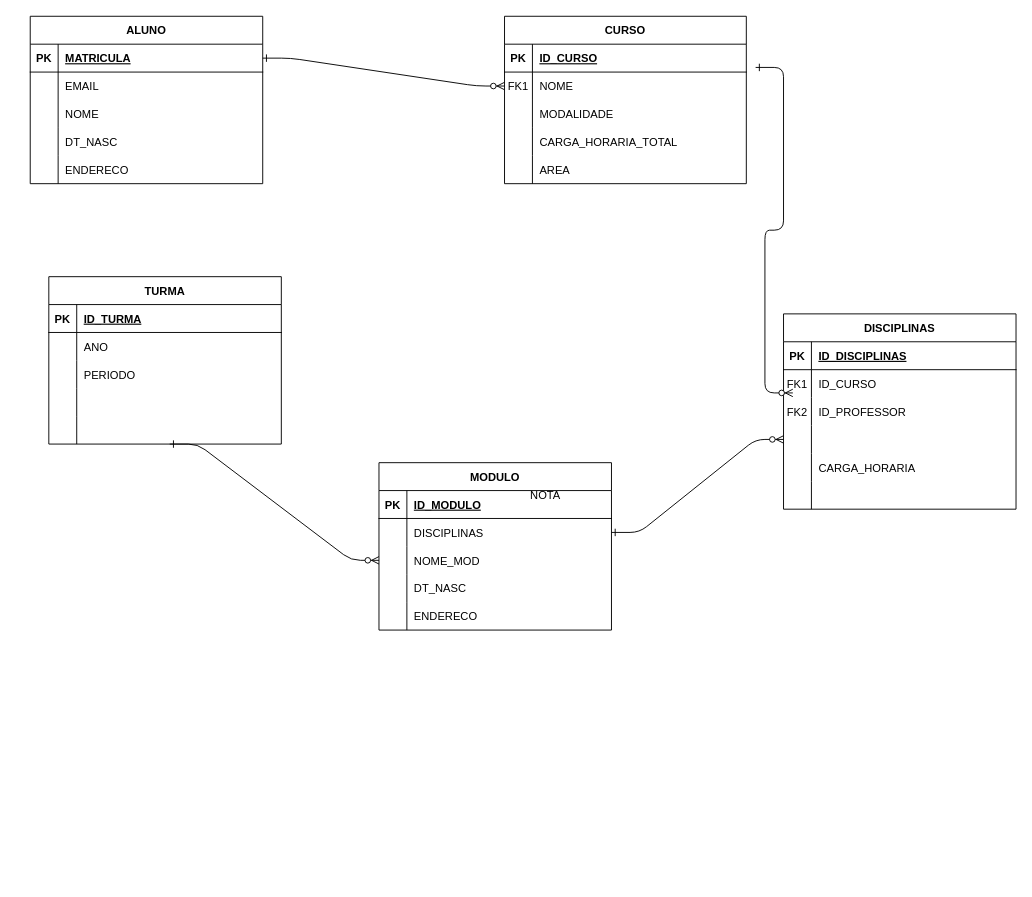
Before: Diagrama sem nome.drawio in adrianopspadilha/BDR-W, a draw.io diagram. Source tidied: cells renumbered, new cells numbered last; positions are measured from the earlier drawing's top-left corner, leaving out a move shared by most shapes. Both pictures are drawn from the tidied source at 93%, with x=0, y=0 at pixel (30, 16).
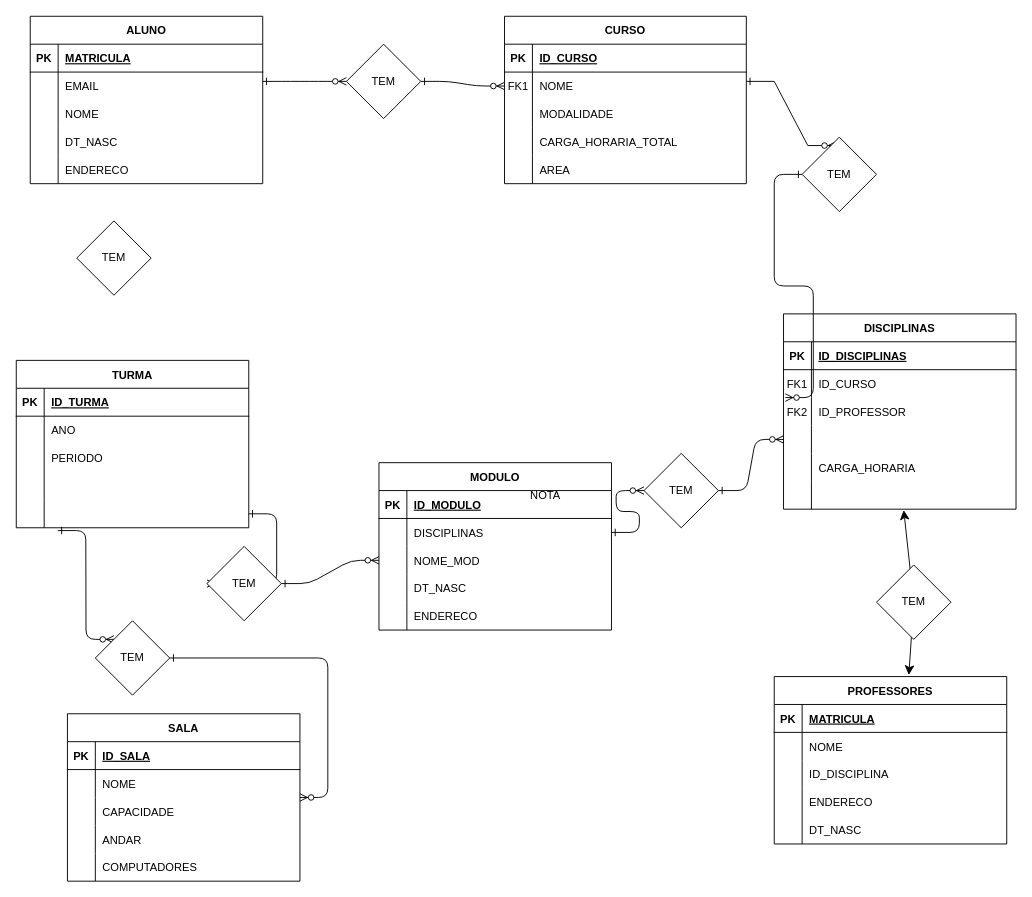
After the change.

Unchanged cells that the change refers to:
```xml
<mxCell id="8" style="shape=partialRectangle;fillColor=none;points=[[0,0.5],[1,0.5]];portConstraint=eastwest;top=0;left=0;right=0;bottom=0;" parent="4" vertex="1">
  <mxGeometry y="60" width="260" height="30" as="geometry" />
</mxCell>
<mxCell id="27" style="shape=partialRectangle;fillColor=none;points=[[0,0.5],[1,0.5]];portConstraint=eastwest;top=0;left=0;right=0;bottom=0;" parent="20" vertex="1">
  <mxGeometry y="90" width="250" height="30" as="geometry" />
</mxCell>
<mxCell id="30" style="shape=partialRectangle;fillColor=none;points=[[0,0.5],[1,0.5]];portConstraint=eastwest;top=0;left=0;right=0;bottom=0;" parent="20" vertex="1">
  <mxGeometry y="120" width="250" height="30" as="geometry" />
</mxCell>
<mxCell id="36" style="shape=partialRectangle;fillColor=none;points=[[0,0.5],[1,0.5]];portConstraint=eastwest;top=0;left=0;right=0;bottom=0;" parent="20" vertex="1">
  <mxGeometry y="180" width="250" height="30" as="geometry" />
</mxCell>
<mxCell id="40" style="shape=partialRectangle;fillColor=none;points=[[0,0.5],[1,0.5]];portConstraint=eastwest;top=0;left=0;right=0;bottom=1;" parent="39" vertex="1">
  <mxGeometry y="30" width="250" height="30" as="geometry" />
</mxCell>
<mxCell id="59" style="shape=partialRectangle;fillColor=none;points=[[0,0.5],[1,0.5]];portConstraint=eastwest;top=0;left=0;right=0;bottom=0;" parent="55" vertex="1">
  <mxGeometry y="60" width="250" height="30" as="geometry" />
</mxCell>
<mxCell id="62" style="shape=partialRectangle;fillColor=none;points=[[0,0.5],[1,0.5]];portConstraint=eastwest;top=0;left=0;right=0;bottom=0;" parent="55" vertex="1">
  <mxGeometry y="90" width="250" height="30" as="geometry" />
</mxCell>
<mxCell id="85" style="shape=partialRectangle;fillColor=none;points=[[0,0.5],[1,0.5]];portConstraint=eastwest;top=0;left=0;right=0;bottom=0;" parent="72" vertex="1">
  <mxGeometry y="150" width="250" height="30" as="geometry" />
</mxCell>
```

Diff of the diagram source:
```diff
@@
-    <mxCell id="2" style="edgeStyle=entityRelationEdgeStyle;endArrow=ERzeroToMany;startArrow=ERone;endFill=1;startFill=0;" parent="1" edge="1" source="40" target="8">
-      <mxGeometry relative="1" as="geometry" />
+    <mxCell id="2" style="edgeStyle=entityRelationEdgeStyle;endArrow=ERzeroToMany;startArrow=ERone;endFill=1;startFill=0;exitX=1;exitY=0.5;exitDx=0;exitDy=0;entryX=0;entryY=0.5;entryDx=0;entryDy=0;" parent="1" edge="1" source="135" target="8">
+      <mxGeometry relative="1" as="geometry">
+        <Array as="points">
+          <mxPoint x="360" y="80" />
+        </Array>
+      </mxGeometry>
     </mxCell>
-    <mxCell id="3" style="edgeStyle=entityRelationEdgeStyle;endArrow=ERzeroToMany;startArrow=ERone;endFill=1;startFill=0;entryX=0;entryY=0.5;entryDx=0;entryDy=0;" parent="1" edge="1" target="62">
-      <mxGeometry relative="1" as="geometry">
-        <mxPoint x="150" y="460" as="sourcePoint" />
-      </mxGeometry>
+    <mxCell id="3" style="edgeStyle=entityRelationEdgeStyle;endArrow=ERzeroToMany;startArrow=ERone;endFill=1;startFill=0;entryX=0;entryY=0.5;entryDx=0;entryDy=0;" parent="1" edge="1" source="125" target="62">
+      <mxGeometry relative="1" as="geometry" />
     </mxCell>
@@
     <mxCell id="72" value="TURMA" style="shape=table;startSize=30;childLayout=tableLayout;rowLines=0;fontStyle=1;align=center;" parent="1" vertex="1">
-      <mxGeometry x="20" y="280" width="250" height="180" as="geometry" />
+      <mxGeometry x="-15" y="370" width="250" height="180" as="geometry" />
     </mxCell>
@@
-    <mxCell id="88" style="edgeStyle=entityRelationEdgeStyle;endArrow=ERzeroToMany;startArrow=ERone;endFill=1;startFill=0;exitX=1;exitY=0.5;exitDx=0;exitDy=0;entryX=0;entryY=0.5;entryDx=0;entryDy=0;" parent="1" edge="1" source="59" target="30">
+    <mxCell id="88" style="edgeStyle=entityRelationEdgeStyle;endArrow=ERzeroToMany;startArrow=ERone;endFill=1;startFill=0;exitX=1;exitY=0.5;exitDx=0;exitDy=0;entryX=0;entryY=0.5;entryDx=0;entryDy=0;" parent="1" edge="1" source="127" target="30">
       <mxGeometry relative="1" as="geometry">
         <Array as="points">
           <mxPoint x="730" y="320" />
         </Array>
       </mxGeometry>
     </mxCell>
-    <mxCell id="89" style="edgeStyle=entityRelationEdgeStyle;endArrow=ERzeroToMany;startArrow=ERone;endFill=1;startFill=0;" parent="1" edge="1">
+    <mxCell id="89" style="edgeStyle=entityRelationEdgeStyle;endArrow=ERzeroToMany;startArrow=ERone;endFill=1;startFill=0;entryX=0.008;entryY=0;entryDx=0;entryDy=0;entryPerimeter=0;" parent="1" edge="1" source="123" target="27">
       <mxGeometry relative="1" as="geometry">
-        <mxPoint x="780" y="55" as="sourcePoint" />
-        <mxPoint x="820" y="405" as="targetPoint" />
         <Array as="points">
-          <mxPoint x="950" y="90" />
           <mxPoint x="760" y="230" />
           <mxPoint x="920" y="140" />
+          <mxPoint x="770" y="300" />
+          <mxPoint x="810" y="350" />
+          <mxPoint x="780" y="300" />
           <mxPoint x="860" y="140" />
+          <mxPoint x="800" y="350" />
+          <mxPoint x="740" y="410" />
         </Array>
       </mxGeometry>
     </mxCell>
+    <mxCell id="90" value="SALA" style="shape=table;startSize=30;childLayout=tableLayout;rowLines=0;fontStyle=1;align=center;" parent="1" vertex="1">
+      <mxGeometry x="40" y="750" width="250" height="180" as="geometry" />
+    </mxCell>
+    <mxCell id="91" style="shape=partialRectangle;fillColor=none;top=0;left=0;right=0;bottom=1;" parent="90" vertex="1">
+      <mxGeometry y="30" width="250" height="30" as="geometry" />
+    </mxCell>
+    <mxCell id="92" value="PK" style="shape=partialRectangle;overflow=hidden;fillColor=none;top=0;left=0;bottom=0;right=0;fontStyle=1;" parent="91" vertex="1">
+      <mxGeometry width="30" height="30" as="geometry" />
+    </mxCell>
+    <mxCell id="93" value="ID_SALA" style="shape=partialRectangle;overflow=hidden;fillColor=none;top=0;left=0;bottom=0;right=0;align=left;spacingLeft=6;fontStyle=5;" parent="91" vertex="1">
+      <mxGeometry x="30" width="220" height="30" as="geometry" />
+    </mxCell>
+    <mxCell id="94" style="shape=partialRectangle;fillColor=none;top=0;left=0;right=0;bottom=0;" parent="90" vertex="1">
+      <mxGeometry y="60" width="250" height="30" as="geometry" />
+    </mxCell>
+    <mxCell id="95" style="shape=partialRectangle;overflow=hidden;fillColor=none;top=0;left=0;bottom=0;right=0;" parent="94" vertex="1">
+      <mxGeometry width="30" height="30" as="geometry" />
+    </mxCell>
+    <mxCell id="96" value="NOME" style="shape=partialRectangle;overflow=hidden;fillColor=none;top=0;left=0;bottom=0;right=0;align=left;spacingLeft=6;" parent="94" vertex="1">
+      <mxGeometry x="30" width="220" height="30" as="geometry" />
+    </mxCell>
+    <mxCell id="97" style="shape=partialRectangle;fillColor=none;top=0;left=0;right=0;bottom=0;" parent="90" vertex="1">
+      <mxGeometry y="90" width="250" height="30" as="geometry" />
+    </mxCell>
+    <mxCell id="98" style="shape=partialRectangle;overflow=hidden;fillColor=none;top=0;left=0;bottom=0;right=0;" parent="97" vertex="1">
+      <mxGeometry width="30" height="30" as="geometry" />
+    </mxCell>
+    <mxCell id="99" value="CAPACIDADE" style="shape=partialRectangle;overflow=hidden;fillColor=none;top=0;left=0;bottom=0;right=0;align=left;spacingLeft=6;" parent="97" vertex="1">
+      <mxGeometry x="30" width="220" height="30" as="geometry" />
+    </mxCell>
+    <mxCell id="100" style="shape=partialRectangle;fillColor=none;top=0;left=0;right=0;bottom=0;" parent="90" vertex="1">
+      <mxGeometry y="120" width="250" height="30" as="geometry" />
+    </mxCell>
+    <mxCell id="101" style="shape=partialRectangle;overflow=hidden;fillColor=none;top=0;left=0;bottom=0;right=0;" parent="100" vertex="1">
+      <mxGeometry width="30" height="30" as="geometry" />
+    </mxCell>
+    <mxCell id="102" value="ANDAR" style="shape=partialRectangle;overflow=hidden;fillColor=none;top=0;left=0;bottom=0;right=0;align=left;spacingLeft=6;" parent="100" vertex="1">
+      <mxGeometry x="30" width="220" height="30" as="geometry" />
+    </mxCell>
+    <mxCell id="103" style="shape=partialRectangle;fillColor=none;top=0;left=0;right=0;bottom=0;" parent="90" vertex="1">
+      <mxGeometry y="150" width="250" height="30" as="geometry" />
+    </mxCell>
+    <mxCell id="104" style="shape=partialRectangle;overflow=hidden;fillColor=none;top=0;left=0;bottom=0;right=0;" parent="103" vertex="1">
+      <mxGeometry width="30" height="30" as="geometry" />
+    </mxCell>
+    <mxCell id="105" value="COMPUTADORES" style="shape=partialRectangle;overflow=hidden;fillColor=none;top=0;left=0;bottom=0;right=0;align=left;spacingLeft=6;" parent="103" vertex="1">
+      <mxGeometry x="30" width="220" height="30" as="geometry" />
+    </mxCell>
+    <mxCell id="106" value="PROFESSORES" style="shape=table;startSize=30;childLayout=tableLayout;rowLines=0;fontStyle=1;align=center;" parent="1" vertex="1">
+      <mxGeometry x="800" y="710" width="250" height="180" as="geometry" />
+    </mxCell>
+    <mxCell id="107" style="shape=partialRectangle;fillColor=none;top=0;left=0;right=0;bottom=1;" parent="106" vertex="1">
+      <mxGeometry y="30" width="250" height="30" as="geometry" />
+    </mxCell>
+    <mxCell id="108" value="PK" style="shape=partialRectangle;overflow=hidden;fillColor=none;top=0;left=0;bottom=0;right=0;fontStyle=1;" parent="107" vertex="1">
+      <mxGeometry width="30" height="30" as="geometry" />
+    </mxCell>
+    <mxCell id="109" value="MATRICULA" style="shape=partialRectangle;overflow=hidden;fillColor=none;top=0;left=0;bottom=0;right=0;align=left;spacingLeft=6;fontStyle=5;" parent="107" vertex="1">
+      <mxGeometry x="30" width="220" height="30" as="geometry" />
+    </mxCell>
+    <mxCell id="110" style="shape=partialRectangle;fillColor=none;top=0;left=0;right=0;bottom=0;" parent="106" vertex="1">
+      <mxGeometry y="60" width="250" height="30" as="geometry" />
+    </mxCell>
+    <mxCell id="111" style="shape=partialRectangle;overflow=hidden;fillColor=none;top=0;left=0;bottom=0;right=0;" parent="110" vertex="1">
+      <mxGeometry width="30" height="30" as="geometry" />
+    </mxCell>
+    <mxCell id="112" value="NOME" style="shape=partialRectangle;overflow=hidden;fillColor=none;top=0;left=0;bottom=0;right=0;align=left;spacingLeft=6;" parent="110" vertex="1">
+      <mxGeometry x="30" width="220" height="30" as="geometry" />
+    </mxCell>
+    <mxCell id="113" style="shape=partialRectangle;fillColor=none;top=0;left=0;right=0;bottom=0;" parent="106" vertex="1">
+      <mxGeometry y="90" width="250" height="30" as="geometry" />
+    </mxCell>
+    <mxCell id="114" style="shape=partialRectangle;overflow=hidden;fillColor=none;top=0;left=0;bottom=0;right=0;" parent="113" vertex="1">
+      <mxGeometry width="30" height="30" as="geometry" />
+    </mxCell>
+    <mxCell id="115" value="ID_DISCIPLINA" style="shape=partialRectangle;overflow=hidden;fillColor=none;top=0;left=0;bottom=0;right=0;align=left;spacingLeft=6;" parent="113" vertex="1">
+      <mxGeometry x="30" width="220" height="30" as="geometry" />
+    </mxCell>
+    <mxCell id="116" style="shape=partialRectangle;fillColor=none;top=0;left=0;right=0;bottom=0;" parent="106" vertex="1">
+      <mxGeometry y="120" width="250" height="30" as="geometry" />
+    </mxCell>
+    <mxCell id="117" style="shape=partialRectangle;overflow=hidden;fillColor=none;top=0;left=0;bottom=0;right=0;" parent="116" vertex="1">
+      <mxGeometry width="30" height="30" as="geometry" />
+    </mxCell>
+    <mxCell id="118" value="ENDERECO" style="shape=partialRectangle;overflow=hidden;fillColor=none;top=0;left=0;bottom=0;right=0;align=left;spacingLeft=6;" parent="116" vertex="1">
+      <mxGeometry x="30" width="220" height="30" as="geometry" />
+    </mxCell>
+    <mxCell id="119" style="shape=partialRectangle;fillColor=none;top=0;left=0;right=0;bottom=0;" parent="106" vertex="1">
+      <mxGeometry y="150" width="250" height="30" as="geometry" />
+    </mxCell>
+    <mxCell id="120" style="shape=partialRectangle;overflow=hidden;fillColor=none;top=0;left=0;bottom=0;right=0;" parent="119" vertex="1">
+      <mxGeometry width="30" height="30" as="geometry" />
+    </mxCell>
+    <mxCell id="121" value="DT_NASC" style="shape=partialRectangle;overflow=hidden;fillColor=none;top=0;left=0;bottom=0;right=0;align=left;spacingLeft=6;" parent="119" vertex="1">
+      <mxGeometry x="30" width="220" height="30" as="geometry" />
+    </mxCell>
+    <mxCell id="122" style="edgeStyle=entityRelationEdgeStyle;endArrow=ERzeroToMany;startArrow=ERone;endFill=1;startFill=0;exitX=1.015;exitY=0.033;exitDx=0;exitDy=0;exitPerimeter=0;entryX=0.5;entryY=0;entryDx=0;entryDy=0;rounded=0;" parent="1" edge="1">
+      <mxGeometry relative="1" as="geometry">
+        <mxPoint x="770" y="70" as="sourcePoint" />
+        <mxPoint x="866.1" y="139" as="targetPoint" />
+        <Array as="points">
+          <mxPoint x="1007.1" y="2" />
+          <mxPoint x="876.1" y="-1" />
+          <mxPoint x="866.1" y="19" />
+          <mxPoint x="847.1" y="72" />
+          <mxPoint x="877.1" y="2" />
+          <mxPoint x="877.1" y="12" />
+          <mxPoint x="877.1" y="12" />
+        </Array>
+      </mxGeometry>
+    </mxCell>
+    <mxCell id="123" value="TEM" style="rhombus;whiteSpace=wrap;html=1;" parent="1" vertex="1">
+      <mxGeometry x="830" y="130" width="80" height="80" as="geometry" />
+    </mxCell>
+    <mxCell id="124" style="edgeStyle=entityRelationEdgeStyle;endArrow=ERzeroToMany;startArrow=ERone;endFill=1;startFill=0;entryX=0;entryY=0.5;entryDx=0;entryDy=0;" parent="1" edge="1" source="85" target="125">
+      <mxGeometry relative="1" as="geometry" />
+    </mxCell>
+    <mxCell id="125" value="TEM" style="rhombus;whiteSpace=wrap;html=1;" parent="1" vertex="1">
+      <mxGeometry x="190" y="570" width="80" height="80" as="geometry" />
+    </mxCell>
+    <mxCell id="126" style="edgeStyle=entityRelationEdgeStyle;endArrow=ERzeroToMany;startArrow=ERone;endFill=1;startFill=0;exitX=1;exitY=0.5;exitDx=0;exitDy=0;entryX=0;entryY=0.5;entryDx=0;entryDy=0;" parent="1" edge="1" source="59" target="127">
+      <mxGeometry relative="1" as="geometry" />
+    </mxCell>
+    <mxCell id="127" value="TEM" style="rhombus;whiteSpace=wrap;html=1;" parent="1" vertex="1">
+      <mxGeometry x="660" y="470" width="80" height="80" as="geometry" />
+    </mxCell>
+    <mxCell id="128" style="edgeStyle=entityRelationEdgeStyle;endArrow=ERzeroToMany;startArrow=ERone;endFill=1;startFill=0;" parent="1" edge="1" source="130" target="90">
+      <mxGeometry relative="1" as="geometry" />
+    </mxCell>
+    <mxCell id="129" style="edgeStyle=entityRelationEdgeStyle;endArrow=ERzeroToMany;startArrow=ERone;endFill=1;startFill=0;entryX=0;entryY=0;entryDx=0;entryDy=0;exitX=0.179;exitY=1.1;exitDx=0;exitDy=0;exitPerimeter=0;" parent="1" edge="1" source="85" target="130">
+      <mxGeometry relative="1" as="geometry" />
+    </mxCell>
+    <mxCell id="130" value="TEM" style="rhombus;whiteSpace=wrap;html=1;" parent="1" vertex="1">
+      <mxGeometry x="70" y="650" width="80" height="80" as="geometry" />
+    </mxCell>
+    <mxCell id="131" style="edgeStyle=none;jettySize=auto;html=1;endArrow=classic;startArrow=classic;endSize=8;startSize=8;rounded=0;entryX=0.517;entryY=1.033;entryDx=0;entryDy=0;entryPerimeter=0;exitX=0.579;exitY=-0.009;exitDx=0;exitDy=0;exitPerimeter=0;" parent="1" edge="1" source="106" target="36">
+      <mxGeometry relative="1" as="geometry">
+        <Array as="points">
+          <mxPoint x="950" y="630" />
+        </Array>
+      </mxGeometry>
+    </mxCell>
+    <mxCell id="132" value="TEM" style="rhombus;whiteSpace=wrap;html=1;" parent="1" vertex="1">
+      <mxGeometry x="910" y="590" width="80" height="80" as="geometry" />
+    </mxCell>
+    <mxCell id="133" value="TEM" style="rhombus;whiteSpace=wrap;html=1;" parent="1" vertex="1">
+      <mxGeometry x="50" y="220" width="80" height="80" as="geometry" />
+    </mxCell>
+    <mxCell id="134" style="edgeStyle=entityRelationEdgeStyle;endArrow=ERzeroToMany;startArrow=ERone;endFill=1;startFill=0;exitX=1;exitY=0.5;exitDx=0;exitDy=0;" parent="1" edge="1" target="135">
+      <mxGeometry relative="1" as="geometry">
+        <mxPoint x="250" y="70" as="sourcePoint" />
+        <Array as="points">
+          <mxPoint x="340" y="70" />
+        </Array>
+      </mxGeometry>
+    </mxCell>
+    <mxCell id="135" value="TEM" style="rhombus;whiteSpace=wrap;html=1;" parent="1" vertex="1">
+      <mxGeometry x="340" y="30" width="80" height="80" as="geometry" />
+    </mxCell>
```
